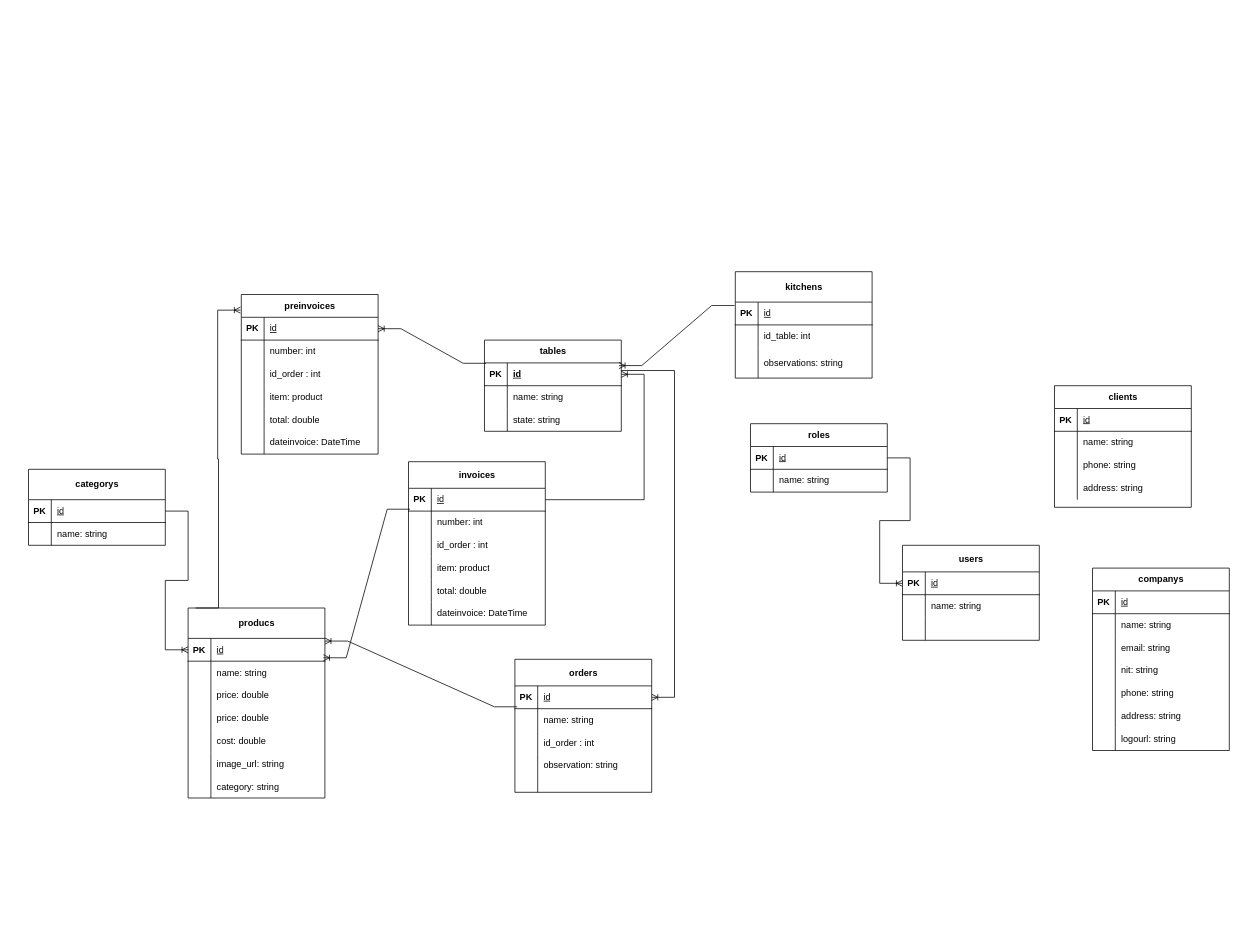
This is page "ER" (2 of 3) of Documents/Diagrama sin título.drawio from KevinAlvarezD/RestAdmin, a draw.io file, before an edit. Source tidied: cells renumbered, new cells numbered last; positions are measured from the earlier drawing's top-left corner, leaving out a move shared by most shapes. Both pictures are drawn from the tidied source at 76%, with x=0, y=0 at pixel (28, 271).
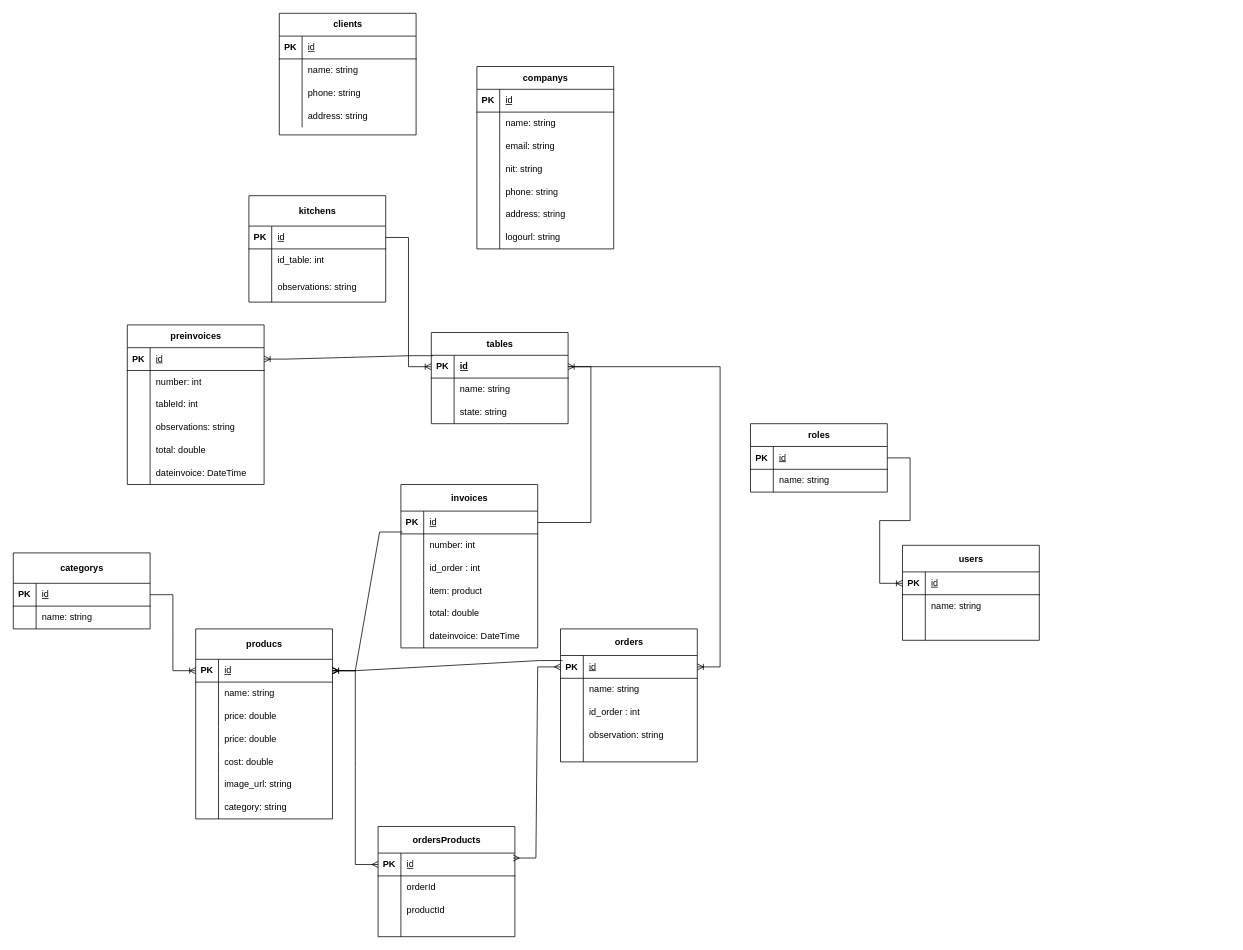
The same page after the edit.

The change refers to these unchanged cells:
```xml
<mxCell id="3" style="shape=tableRow;horizontal=0;startSize=0;swimlaneHead=0;swimlaneBody=0;fillColor=none;points=[[0,0.5],[1,0.5]];portConstraint=eastwest;top=0;left=0;right=0;bottom=1;" parent="2" vertex="1">
  <mxGeometry y="35" width="180" height="30" as="geometry" />
</mxCell>
<mxCell id="22" style="shape=tableRow;horizontal=0;startSize=0;swimlaneHead=0;swimlaneBody=0;fillColor=none;points=[[0,0.5],[1,0.5]];portConstraint=eastwest;top=0;left=0;right=0;bottom=1;" parent="21" vertex="1">
  <mxGeometry y="35" width="180" height="30" as="geometry" />
</mxCell>
<mxCell id="25" style="shape=tableRow;horizontal=0;startSize=0;swimlaneHead=0;swimlaneBody=0;fillColor=none;points=[[0,0.5],[1,0.5]];portConstraint=eastwest;top=0;left=0;right=0;bottom=0;" parent="21" vertex="1">
  <mxGeometry y="65" width="180" height="30" as="geometry" />
</mxCell>
<mxCell id="38" style="shape=tableRow;horizontal=0;startSize=0;swimlaneHead=0;swimlaneBody=0;fillColor=none;points=[[0,0.5],[1,0.5]];portConstraint=eastwest;top=0;left=0;right=0;bottom=1;" parent="37" vertex="1">
  <mxGeometry y="30" width="180" height="30" as="geometry" />
</mxCell>
<mxCell id="48" style="shape=tableRow;horizontal=0;startSize=0;swimlaneHead=0;swimlaneBody=0;fillColor=none;points=[[0,0.5],[1,0.5]];portConstraint=eastwest;top=0;left=0;right=0;bottom=1;" parent="47" vertex="1">
  <mxGeometry y="40" width="180" height="30" as="geometry" />
</mxCell>
<mxCell id="70" style="shape=tableRow;horizontal=0;startSize=0;swimlaneHead=0;swimlaneBody=0;fillColor=none;points=[[0,0.5],[1,0.5]];portConstraint=eastwest;top=0;left=0;right=0;bottom=1;" parent="69" vertex="1">
  <mxGeometry y="40" width="180" height="30" as="geometry" />
</mxCell>
<mxCell id="118" style="shape=tableRow;horizontal=0;startSize=0;swimlaneHead=0;swimlaneBody=0;fillColor=none;top=0;left=0;right=0;bottom=0;" parent="111" vertex="1">
  <mxGeometry y="90" width="180" height="30" as="geometry" />
</mxCell>
<mxCell id="121" style="shape=tableRow;horizontal=0;startSize=0;swimlaneHead=0;swimlaneBody=0;fillColor=none;top=0;left=0;right=0;bottom=0;" parent="111" vertex="1">
  <mxGeometry y="120" width="180" height="30" as="geometry" />
</mxCell>
```

Change to the diagram source:
```diff
@@
     <mxCell id="2" value="invoices" style="shape=table;startSize=35;childLayout=tableLayout;rowLines=0;fontStyle=1;align=center;html=1;" parent="1" vertex="1">
-      <mxGeometry x="500" y="250" width="180" height="215" as="geometry" />
+      <mxGeometry x="490" y="280" width="180" height="215" as="geometry" />
     </mxCell>
@@
     <mxCell id="21" value="orders" style="shape=table;startSize=35;childLayout=tableLayout;rowLines=0;fontStyle=1;align=center;html=1;" parent="1" vertex="1">
-      <mxGeometry x="640" y="510" width="180" height="175" as="geometry" />
+      <mxGeometry x="700" y="470" width="180" height="175" as="geometry" />
     </mxCell>
@@
     <mxCell id="37" value="tables" style="shape=table;startSize=30;childLayout=tableLayout;rowLines=0;fontStyle=1;align=center;html=1;" parent="1" vertex="1">
-      <mxGeometry x="600" y="90" width="180" height="120" as="geometry" />
+      <mxGeometry x="530" y="80" width="180" height="120" as="geometry" />
     </mxCell>
@@
     <mxCell id="47" value="producs" style="shape=table;startSize=40;childLayout=tableLayout;rowLines=0;fontStyle=1;align=center;html=1;" parent="1" vertex="1">
-      <mxGeometry x="210" y="442.5" width="180" height="250" as="geometry" />
+      <mxGeometry x="220" y="470" width="180" height="250" as="geometry" />
     </mxCell>
@@
     <mxCell id="69" value="kitchens" style="shape=table;startSize=40;childLayout=tableLayout;rowLines=0;fontStyle=1;align=center;html=1;" parent="1" vertex="1">
-      <mxGeometry x="930" width="180" height="140" as="geometry" />
+      <mxGeometry x="290" y="-100" width="180" height="140" as="geometry" />
     </mxCell>
@@
     <mxCell id="79" value="clients" style="shape=table;startSize=30;childLayout=tableLayout;rowLines=0;fontStyle=1;align=center;html=1;" parent="1" vertex="1">
-      <mxGeometry x="1350" y="150" width="180" height="160" as="geometry" />
+      <mxGeometry x="330" y="-340" width="180" height="160" as="geometry" />
     </mxCell>
@@
-    <mxCell id="92" style="edgeStyle=entityRelationEdgeStyle;fontSize=12;html=1;endArrow=ERoneToMany;rounded=0;exitX=0.017;exitY=-0.083;exitDx=0;exitDy=0;entryX=1;entryY=0.117;entryDx=0;entryDy=0;exitPerimeter=0;entryPerimeter=0;" parent="1" edge="1" source="25" target="48">
+    <mxCell id="92" style="edgeStyle=entityRelationEdgeStyle;fontSize=12;html=1;endArrow=ERoneToMany;rounded=0;exitX=0.014;exitY=0.221;exitDx=0;exitDy=0;entryX=1;entryY=0.5;entryDx=0;entryDy=0;exitPerimeter=0;" parent="1" edge="1" source="22" target="48">
       <mxGeometry relative="1" as="geometry">
         <Array as="points">
           <mxPoint x="1048.9" y="356" />
           <mxPoint x="948.9" y="386" />
           <mxPoint x="968.9" y="396" />
         </Array>
       </mxGeometry>
     </mxCell>
@@
     <mxCell id="111" value="preinvoices" style="shape=table;startSize=30;childLayout=tableLayout;rowLines=0;fontStyle=1;align=center;html=1;" parent="1" vertex="1">
-      <mxGeometry x="280" y="30" width="180" height="210" as="geometry" />
+      <mxGeometry x="130" y="70" width="180" height="210" as="geometry" />
     </mxCell>
@@
-    <mxCell id="120" value="&lt;span style=&quot;text-wrap: nowrap;&quot;&gt;id_order : int&lt;/span&gt;" style="shape=partialRectangle;fillColor=none;top=0;left=0;bottom=0;right=0;align=left;spacingLeft=6;overflow=hidden;whiteSpace=wrap;html=1;" parent="118" vertex="1">
+    <mxCell id="120" value="&lt;span style=&quot;text-wrap: nowrap;&quot;&gt;tableId: int&lt;/span&gt;" style="shape=partialRectangle;fillColor=none;top=0;left=0;bottom=0;right=0;align=left;spacingLeft=6;overflow=hidden;whiteSpace=wrap;html=1;" parent="118" vertex="1">
       <mxGeometry x="30" width="150" height="30" as="geometry" />
     </mxCell>
@@
-    <mxCell id="123" value="&lt;span style=&quot;text-wrap: nowrap;&quot;&gt;item: product&lt;/span&gt;" style="shape=partialRectangle;fillColor=none;top=0;left=0;bottom=0;right=0;align=left;spacingLeft=6;overflow=hidden;whiteSpace=wrap;html=1;" parent="121" vertex="1">
+    <mxCell id="123" value="&lt;span style=&quot;text-wrap: nowrap;&quot;&gt;observations: string&lt;/span&gt;" style="shape=partialRectangle;fillColor=none;top=0;left=0;bottom=0;right=0;align=left;spacingLeft=6;overflow=hidden;whiteSpace=wrap;html=1;" parent="121" vertex="1">
       <mxGeometry x="30" width="150" height="30" as="geometry" />
     </mxCell>
@@
     <mxCell id="130" value="companys" style="shape=table;startSize=30;childLayout=tableLayout;rowLines=0;fontStyle=1;align=center;html=1;" parent="1" vertex="1">
-      <mxGeometry x="1400" y="390" width="180" height="240" as="geometry" />
+      <mxGeometry x="590" y="-270" width="180" height="240" as="geometry" />
     </mxCell>
@@
     <mxCell id="152" value="categorys" style="shape=table;startSize=40;childLayout=tableLayout;rowLines=0;fontStyle=1;align=center;html=1;" parent="1" vertex="1">
-      <mxGeometry y="260" width="180" height="100" as="geometry" />
+      <mxGeometry x="-20" y="370" width="180" height="100" as="geometry" />
     </mxCell>
@@
-    <mxCell id="159" style="edgeStyle=entityRelationEdgeStyle;fontSize=12;html=1;endArrow=ERoneToMany;rounded=0;" parent="1" edge="1" target="22">
-      <mxGeometry relative="1" as="geometry">
-        <mxPoint x="780" y="130" as="sourcePoint" />
-      </mxGeometry>
+    <mxCell id="159" style="edgeStyle=entityRelationEdgeStyle;fontSize=12;html=1;endArrow=ERoneToMany;rounded=0;exitX=1;exitY=0.5;exitDx=0;exitDy=0;" parent="1" edge="1" source="38" target="22">
+      <mxGeometry relative="1" as="geometry" />
     </mxCell>
@@
-    <mxCell id="161" style="edgeStyle=entityRelationEdgeStyle;fontSize=12;html=1;endArrow=ERoneToMany;rounded=0;exitX=0.011;exitY=0.917;exitDx=0;exitDy=0;entryX=0.989;entryY=0.85;entryDx=0;entryDy=0;exitPerimeter=0;entryPerimeter=0;" parent="1" edge="1" source="3" target="48">
+    <mxCell id="161" style="edgeStyle=entityRelationEdgeStyle;fontSize=12;html=1;endArrow=ERoneToMany;rounded=0;exitX=0.011;exitY=0.917;exitDx=0;exitDy=0;entryX=1;entryY=0.5;entryDx=0;entryDy=0;exitPerimeter=0;" parent="1" edge="1" source="3" target="48">
       <mxGeometry relative="1" as="geometry" />
     </mxCell>
-    <mxCell id="162" style="edgeStyle=entityRelationEdgeStyle;fontSize=12;html=1;endArrow=ERoneToMany;rounded=0;exitX=0;exitY=0.5;exitDx=0;exitDy=0;entryX=-0.006;entryY=0.098;entryDx=0;entryDy=0;entryPerimeter=0;" parent="1" edge="1" target="111">
-      <mxGeometry relative="1" as="geometry">
-        <mxPoint x="220" y="442.5" as="sourcePoint" />
-        <Array as="points">
-          <mxPoint x="71.1" y="230" />
-          <mxPoint x="101.1" y="340" />
-          <mxPoint x="111.1" y="350" />
-        </Array>
-      </mxGeometry>
-    </mxCell>
@@
-    <mxCell id="165" style="edgeStyle=entityRelationEdgeStyle;fontSize=12;html=1;endArrow=ERoneToMany;rounded=0;exitX=-0.006;exitY=0.15;exitDx=0;exitDy=0;exitPerimeter=0;entryX=0.983;entryY=0.117;entryDx=0;entryDy=0;entryPerimeter=0;" parent="1" edge="1" source="70" target="38">
+    <mxCell id="165" style="edgeStyle=entityRelationEdgeStyle;fontSize=12;html=1;endArrow=ERoneToMany;rounded=0;exitX=1;exitY=0.5;exitDx=0;exitDy=0;entryX=0;entryY=0.5;entryDx=0;entryDy=0;" parent="1" edge="1" source="70" target="38">
       <mxGeometry relative="1" as="geometry">
         <Array as="points">
           <mxPoint x="1198" y="54" />
           <mxPoint x="1188" y="64" />
           <mxPoint x="780" y="100" />
         </Array>
       </mxGeometry>
     </mxCell>
+    <mxCell id="166" value="ordersProducts" style="shape=table;startSize=35;childLayout=tableLayout;rowLines=0;fontStyle=1;align=center;html=1;" parent="1" vertex="1">
+      <mxGeometry x="460" y="730" width="180" height="145" as="geometry" />
+    </mxCell>
+    <mxCell id="167" style="shape=tableRow;horizontal=0;startSize=0;swimlaneHead=0;swimlaneBody=0;fillColor=none;points=[[0,0.5],[1,0.5]];portConstraint=eastwest;top=0;left=0;right=0;bottom=1;" parent="166" vertex="1">
+      <mxGeometry y="35" width="180" height="30" as="geometry" />
+    </mxCell>
+    <mxCell id="168" value="PK" style="shape=partialRectangle;fillColor=none;top=0;left=0;bottom=0;right=0;fontStyle=1;overflow=hidden;whiteSpace=wrap;html=1;" parent="167" vertex="1">
+      <mxGeometry width="30" height="30" as="geometry" />
+    </mxCell>
+    <mxCell id="169" value="&lt;span style=&quot;font-weight: 400; text-wrap: nowrap;&quot;&gt;id&lt;/span&gt;" style="shape=partialRectangle;fillColor=none;top=0;left=0;bottom=0;right=0;align=left;spacingLeft=6;fontStyle=5;overflow=hidden;whiteSpace=wrap;html=1;" parent="167" vertex="1">
+      <mxGeometry x="30" width="150" height="30" as="geometry" />
+    </mxCell>
+    <mxCell id="170" style="shape=tableRow;horizontal=0;startSize=0;swimlaneHead=0;swimlaneBody=0;fillColor=none;top=0;left=0;right=0;bottom=0;" parent="166" vertex="1">
+      <mxGeometry y="65" width="180" height="30" as="geometry" />
+    </mxCell>
+    <mxCell id="171" style="shape=partialRectangle;fillColor=none;top=0;left=0;bottom=0;right=0;overflow=hidden;whiteSpace=wrap;html=1;" parent="170" vertex="1">
+      <mxGeometry width="30" height="30" as="geometry" />
+    </mxCell>
+    <mxCell id="172" value="&lt;span style=&quot;text-wrap: nowrap;&quot;&gt;orderId&lt;/span&gt;" style="shape=partialRectangle;fillColor=none;top=0;left=0;bottom=0;right=0;align=left;spacingLeft=6;overflow=hidden;whiteSpace=wrap;html=1;" parent="170" vertex="1">
+      <mxGeometry x="30" width="150" height="30" as="geometry" />
+    </mxCell>
+    <mxCell id="173" style="shape=tableRow;horizontal=0;startSize=0;swimlaneHead=0;swimlaneBody=0;fillColor=none;top=0;left=0;right=0;bottom=0;" parent="166" vertex="1">
+      <mxGeometry y="95" width="180" height="30" as="geometry" />
+    </mxCell>
+    <mxCell id="174" style="shape=partialRectangle;fillColor=none;top=0;left=0;bottom=0;right=0;overflow=hidden;whiteSpace=wrap;html=1;" parent="173" vertex="1">
+      <mxGeometry width="30" height="30" as="geometry" />
+    </mxCell>
+    <mxCell id="175" value="&lt;span style=&quot;text-wrap: nowrap;&quot;&gt;productId&lt;/span&gt;" style="shape=partialRectangle;fillColor=none;top=0;left=0;bottom=0;right=0;align=left;spacingLeft=6;overflow=hidden;whiteSpace=wrap;html=1;" parent="173" vertex="1">
+      <mxGeometry x="30" width="150" height="30" as="geometry" />
+    </mxCell>
+    <mxCell id="176" style="shape=tableRow;horizontal=0;startSize=0;swimlaneHead=0;swimlaneBody=0;fillColor=none;top=0;left=0;right=0;bottom=0;" parent="166" vertex="1">
+      <mxGeometry y="125" width="180" height="20" as="geometry" />
+    </mxCell>
+    <mxCell id="177" style="shape=partialRectangle;fillColor=none;top=0;left=0;bottom=0;right=0;overflow=hidden;whiteSpace=wrap;html=1;" parent="176" vertex="1">
+      <mxGeometry width="30" height="20" as="geometry" />
+    </mxCell>
+    <mxCell id="178" style="shape=partialRectangle;fillColor=none;top=0;left=0;bottom=0;right=0;align=left;spacingLeft=6;overflow=hidden;whiteSpace=wrap;html=1;" parent="176" vertex="1">
+      <mxGeometry x="30" width="150" height="20" as="geometry" />
+    </mxCell>
+    <mxCell id="179" style="edgeStyle=entityRelationEdgeStyle;fontSize=12;html=1;endArrow=ERmany;startArrow=ERmany;rounded=0;exitX=0.987;exitY=0.216;exitDx=0;exitDy=0;exitPerimeter=0;" parent="1" edge="1" source="167" target="22">
+      <mxGeometry relative="1" as="geometry" />
+    </mxCell>
+    <mxCell id="180" style="edgeStyle=entityRelationEdgeStyle;fontSize=12;html=1;endArrow=ERmany;startArrow=ERmany;rounded=0;exitX=1;exitY=0.5;exitDx=0;exitDy=0;" parent="1" edge="1" source="48" target="167">
+      <mxGeometry relative="1" as="geometry" />
+    </mxCell>
```
